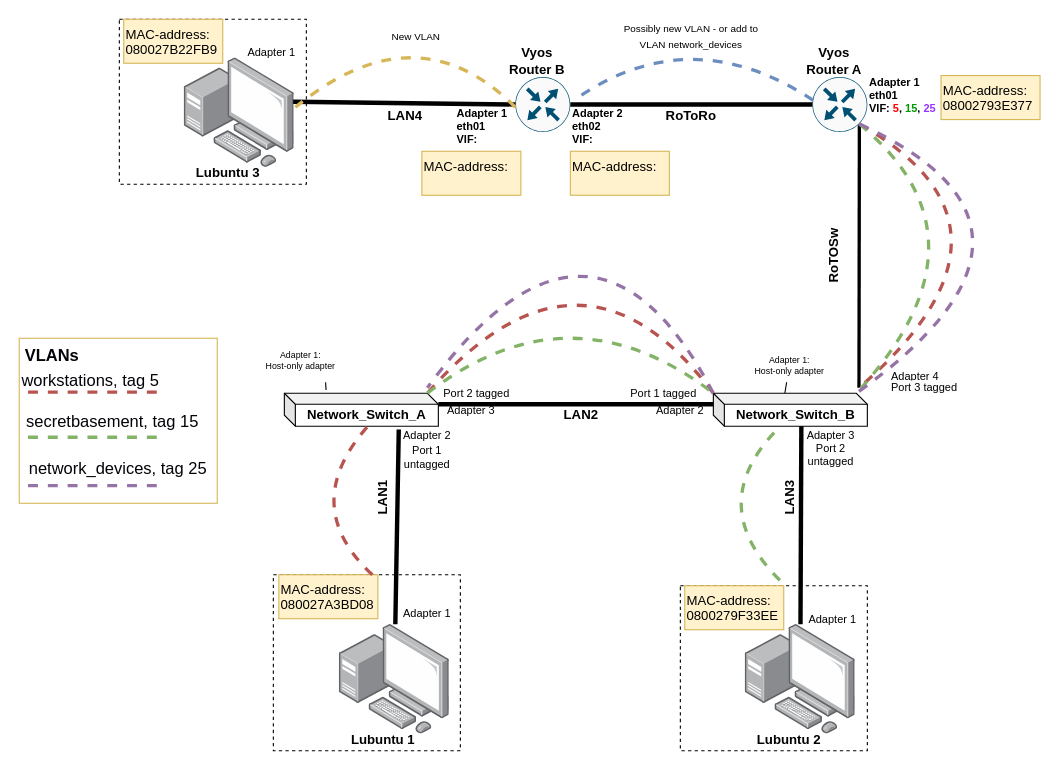
The draw.io diagram page "Physical Topology" (1 of 3) of documentation/E05/E05NetworkCharts.drawio in Kjersheim/DataNetworksIntro2023, before the edit. Source tidied: cells renumbered, new cells numbered last; positions are measured from the earlier drawing's top-left corner, leaving out a move shared by most shapes. Both pictures are drawn from the tidied source at 110%, with x=0, y=0 at pixel (19, 8).
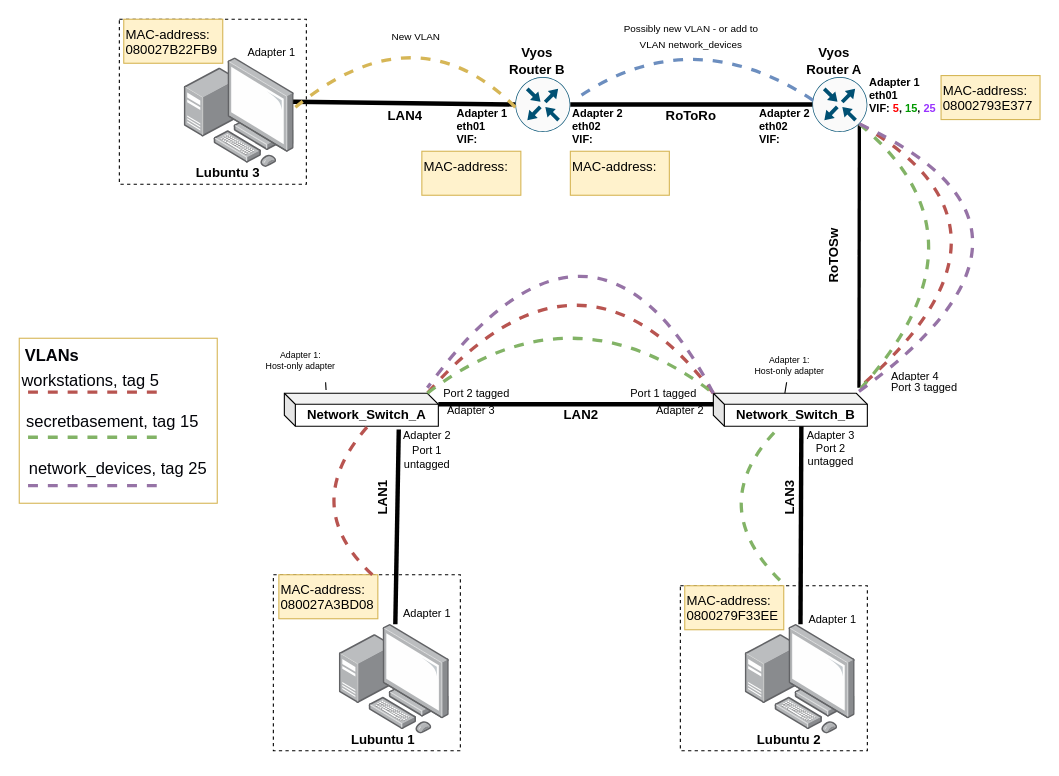
The same page after the edit.

What changed in the source:
```diff
@@
+    <mxCell id="75" value="Adapter 2&lt;br&gt;eth02&lt;br&gt;VIF:" style="text;strokeColor=none;align=left;fillColor=none;html=1;verticalAlign=top;whiteSpace=wrap;rounded=0;rotation=0;fontStyle=1;fontSize=10;" parent="1" vertex="1">
+      <mxGeometry x="671" y="82.5" width="70" height="52.5" as="geometry" />
+    </mxCell>
```
